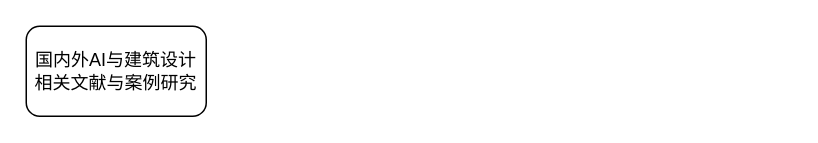
The draw.io diagram AI与建筑设计.drawio in gaochaowyq/MinderGraph, before the edit. Source tidied: cells renumbered, new cells numbered last; positions are measured from the earlier drawing's top-left corner, leaving out a move shared by most shapes. Both pictures are drawn from the tidied source at 150%, with x=0, y=0 at pixel (26, 26).
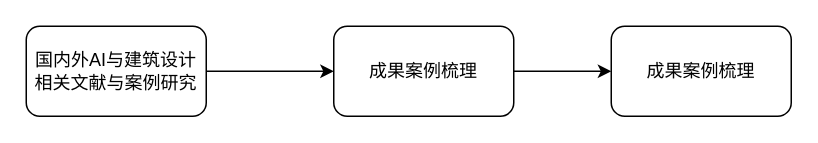
The same page after the edit.

Commit message (it also covers changes not shown here):
更新AI与建筑设计.drawio

The edit, as a diff of the source:
```diff
@@
 <mxGraphModel>
   <root>
     <mxCell id="0" />
     <mxCell id="1" parent="0" />
+    <mxCell id="3" style="edgeStyle=orthogonalEdgeStyle;rounded=0;jettySize=auto;html=1;" parent="1" edge="1" source="2" target="5">
+      <mxGeometry relative="1" as="geometry" />
+    </mxCell>
     <mxCell id="2" value="国内外AI与建筑设计相关文献与案例研究" style="rounded=1;whiteSpace=wrap;html=1;" parent="1" vertex="1">
       <mxGeometry width="120" height="60" as="geometry" />
     </mxCell>
+    <mxCell id="4" style="edgeStyle=orthogonalEdgeStyle;rounded=0;jettySize=auto;html=1;" parent="1" edge="1" source="5" target="6">
+      <mxGeometry relative="1" as="geometry" />
+    </mxCell>
+    <mxCell id="5" value="成果案例梳理" style="rounded=1;whiteSpace=wrap;html=1;" parent="1" vertex="1">
+      <mxGeometry x="205" width="120" height="60" as="geometry" />
+    </mxCell>
+    <mxCell id="6" value="成果案例梳理" style="rounded=1;whiteSpace=wrap;html=1;" parent="1" vertex="1">
+      <mxGeometry x="390" width="120" height="60" as="geometry" />
+    </mxCell>
   </root>
 </mxGraphModel>
```
